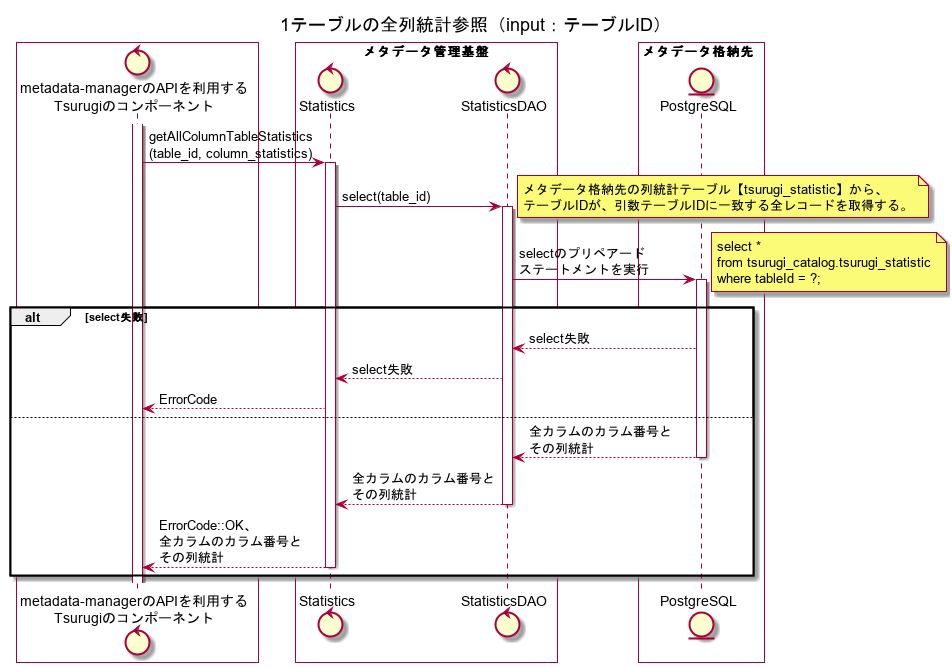
project-tsurugi/metadata-manager keeps this PlantUML diagram as metadata-manager/docs/statistic/02.FD/out/uml/SequenceDiagram_detail/1テーブルの全列統計参照（input：テーブルID）.png. Above is the earlier version.
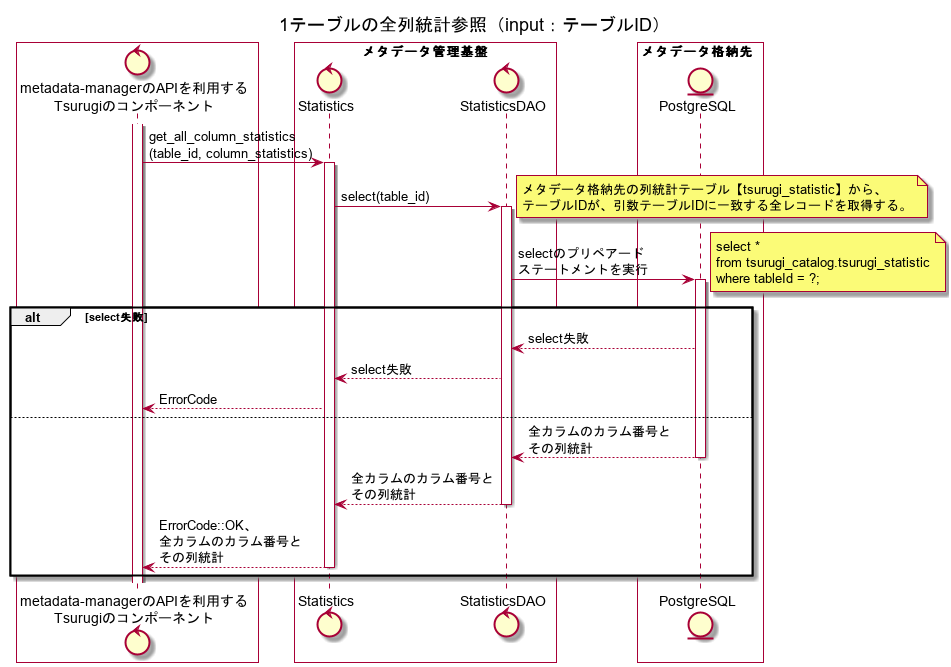
After the commit.

Diff of the diagram source:
```diff
@@ -13,7 +13,7 @@
 end box
 
 activate ogawayama
-ogawayama -> Statistics : getAllColumnTableStatistics\n(table_id, column_statistics)
+ogawayama -> Statistics : get_all_column_statistics\n(table_id, column_statistics)
 activate Statistics
 
 Statistics -> StatisticsDAO : select(table_id)
```
